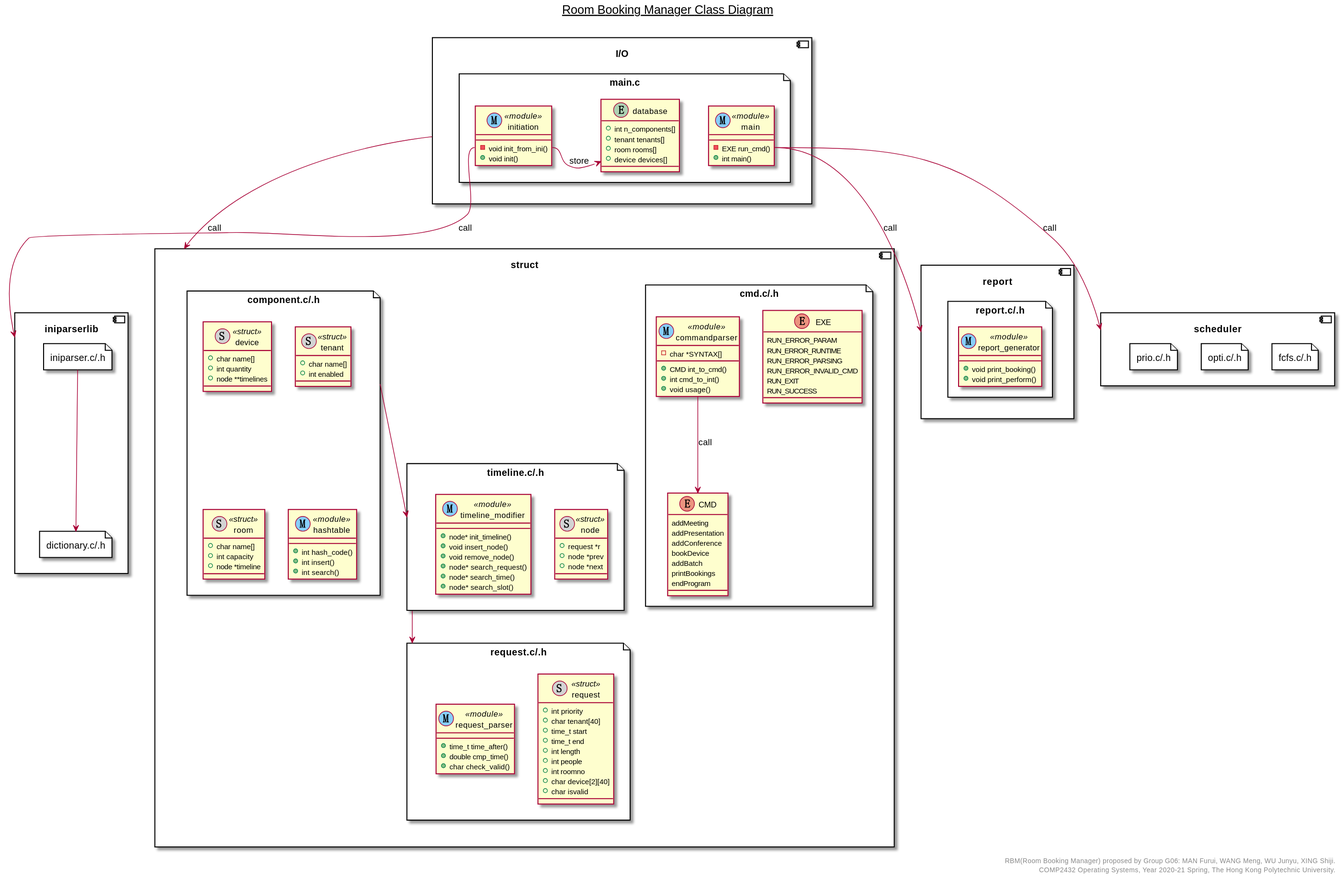
This is res/svg/class_diagram.svg from toolsmax0/COMP2432_RBM, a PlantUML export, as it was before one commit.
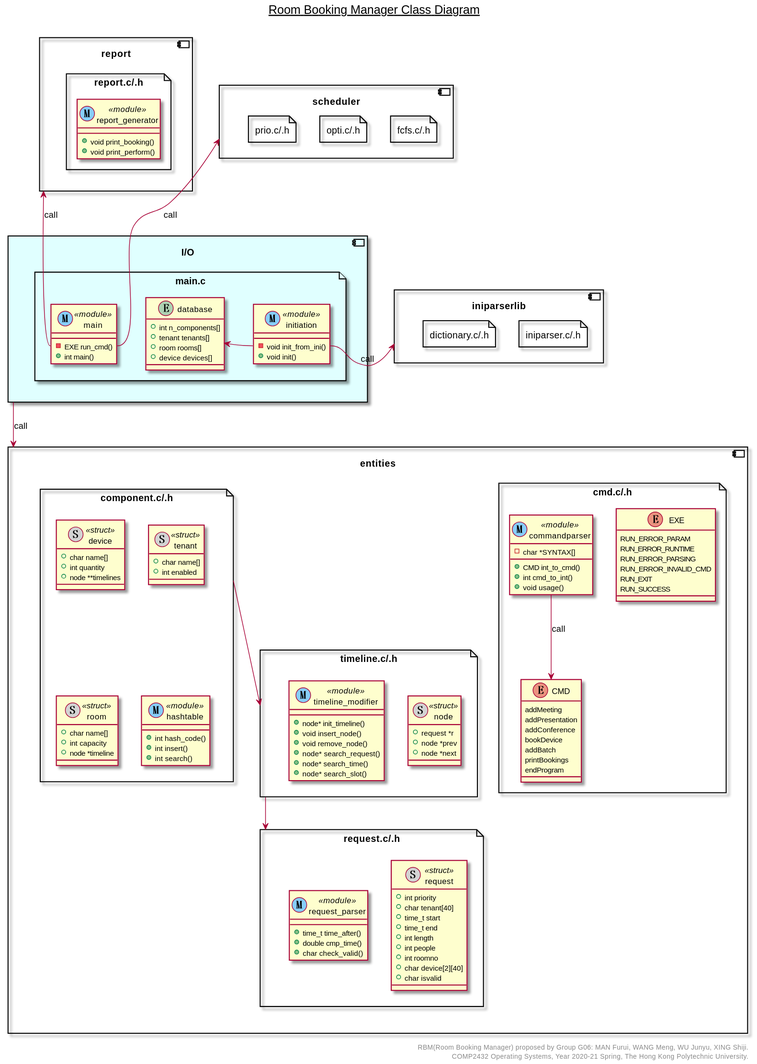
After the change.

Diff of the diagram source:
```diff
@@ -1,6 +1,7 @@
 @startuml
 title __Room Booking Manager Class Diagram__\n
 
+skinparam BackgroundColor transparent
 
 component report {
     file reportfile as "report.c/.h" {
@@ -21,7 +22,7 @@
 
     }
 }
-component struct {
+component entities {
     file cmd as "cmd.c/.h" {
         enum EXE {
             RUN_ERROR_PARAM
@@ -47,6 +48,27 @@
             +void usage()
         }
         commandparser -down-> CMD :call
+    }
+    file componentc as "component.c/.h" {
+        class device <<(S, lightgray) struct>> {
+            +char name[]
+            +int quantity
+            +node **timelines
+        }
+        class tenant <<(S, lightgray) struct>> {
+            +char name[]
+            +int enabled
+        }
+        class room <<(S, lightgray) struct>> {
+            +char name[]
+            +int capacity
+            +node *timeline
+        }
+        class hashtable <<(M, lightskyblue) module>> {
+            +int hash_code()
+            +int insert()
+            +int search()
+        }
     }
     file requestc as "request.c/.h" {
         class request <<(S, lightgray) struct>> {
@@ -81,27 +103,7 @@
             +node* search_slot()
         }
     }
-    file componentc as "component.c/.h" {
-        class device <<(S, lightgray) struct>> {
-            +char name[]
-            +int quantity
-            +node **timelines
-        }
-        class tenant <<(S, lightgray) struct>> {
-            +char name[]
-            +int enabled
-        }
-        class room <<(S, lightgray) struct>> {
-            +char name[]
-            +int capacity
-            +node *timeline
-        }
-        class hashtable <<(M, lightskyblue) module>> {
-            +int hash_code()
-            +int insert()
-            +int search()
-        }
-    }
+
     componentc --> timelinec
     timelinec --> requestc
 }
@@ -111,9 +113,8 @@
     }
     file dictionary as "dictionary.c/.h" {
     }
-    iniparser -down-> dictionary
 }
-component IO as "I/O" {
+component IO as "I/O" #lightcyan {
     file mainc as "main.c" {
         class main <<(M, lightskyblue) module>> {
             -EXE run_cmd()
@@ -130,17 +131,17 @@
             +device devices[]
         }
 
-        initiation::init_from_ini -> database :store
+        initiation::init_from_ini -left-> database
     }
 
 }
 
-IO --> struct :call
 
-main::run_cmd --> scheduler :call
-main::run_cmd --> report :call
+main::run_cmd -up-> scheduler :call
+IO -down-> entities :call
+main::run_cmd -up-> report :call
 
-initiation::init_from_ini --> iniparserlib :call
+initiation::init_from_ini -> iniparserlib :call
 
 right footer
 RBM(Room Booking Manager) proposed by Group G06: MAN Furui, WANG Meng, WU Junyu, XING Shiji.
```
